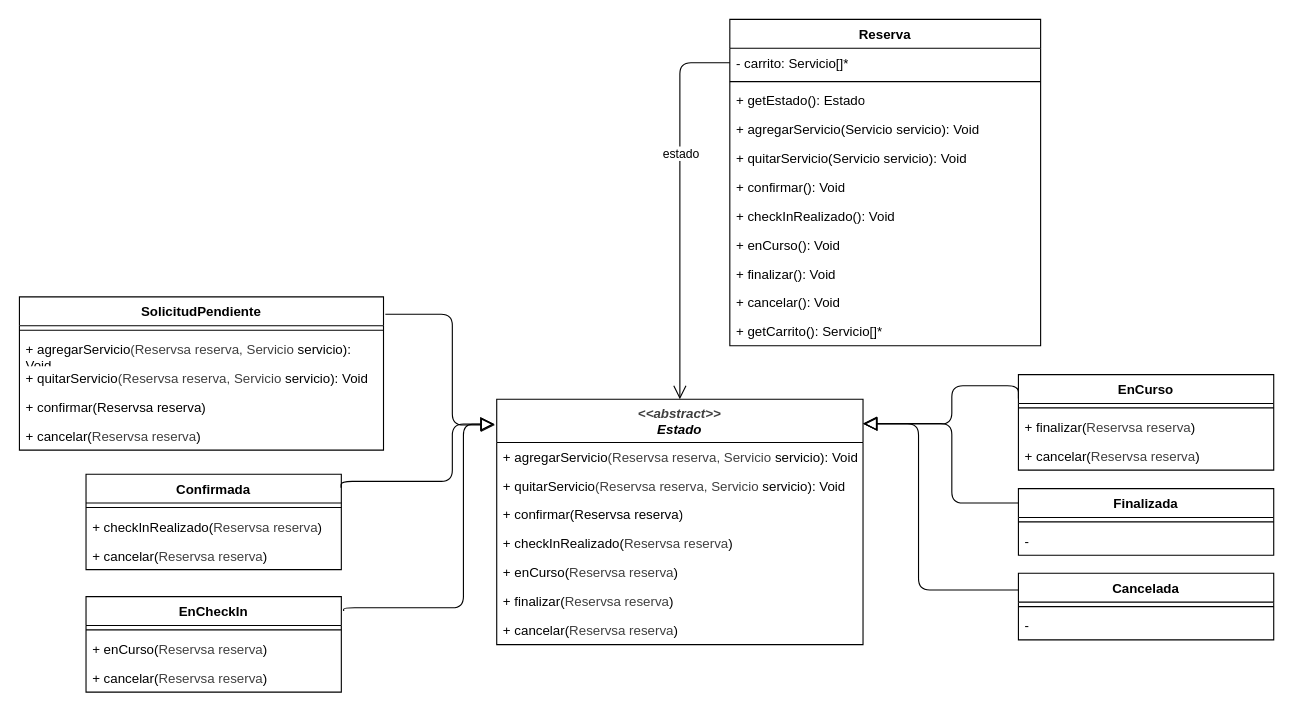
Before: 2.2CicloDeVida.drawio in Naxayy/UNQ_Travel, a draw.io diagram. Source tidied: cells renumbered, new cells numbered last; positions are measured from the earlier drawing's top-left corner, leaving out a move shared by most shapes. Both pictures are drawn from the tidied source at 111%, with x=0, y=0 at pixel (19, 19).
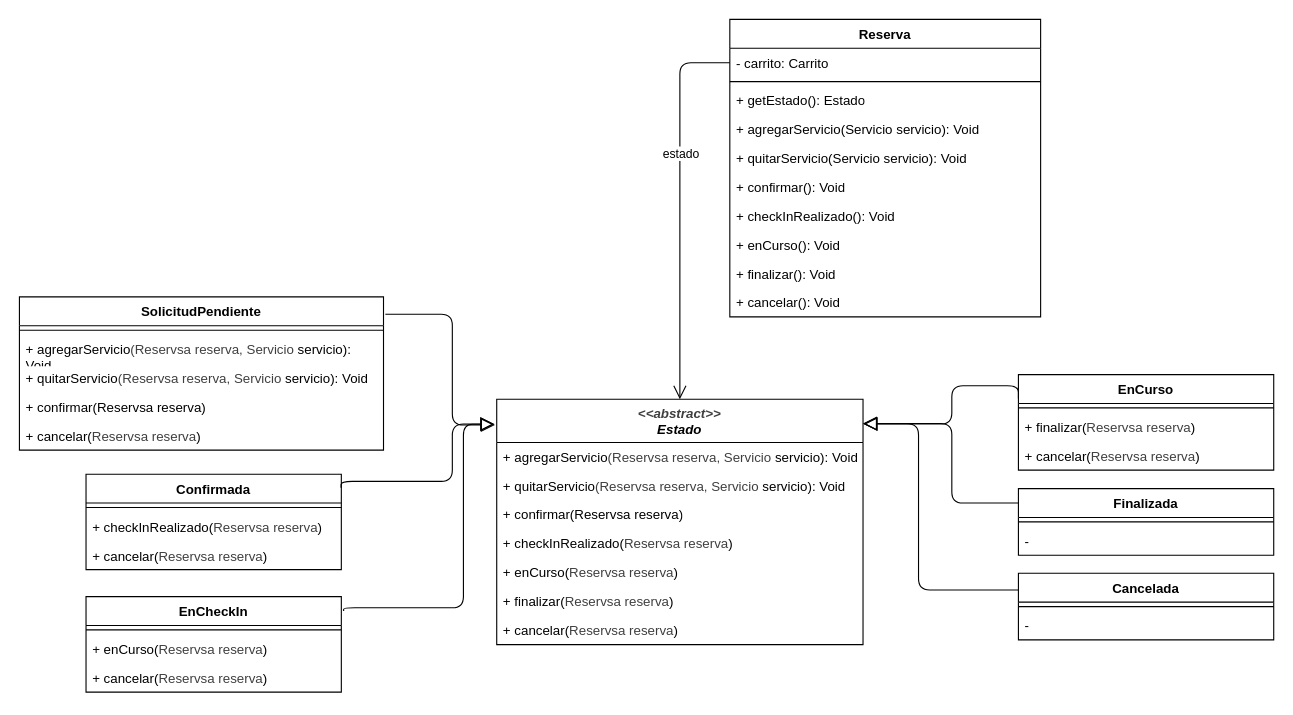
After the change.

Change to the diagram source:
```diff
@@
     <mxCell id="2" value="Reserva" style="swimlane;fontStyle=1;align=center;verticalAlign=top;horizontal=1;startSize=26;whiteSpace=wrap;html=1;strokeColor=default;swimlaneFillColor=default;fontFamily=Helvetica;fontSize=12;fontColor=default;fillColor=default;gradientColor=none;" parent="1" vertex="1">
-      <mxGeometry x="640" width="280" height="294" as="geometry" />
+      <mxGeometry x="640" width="280" height="268" as="geometry" />
     </mxCell>
-    <mxCell id="3" value="- carrito: Servicio[]*" style="text;strokeColor=none;fillColor=none;align=left;verticalAlign=top;spacingLeft=4;spacingRight=4;overflow=hidden;points=[[0,0.5],[1,0.5]];portConstraint=eastwest;whiteSpace=wrap;html=1;" parent="2" vertex="1">
+    <mxCell id="3" value="- carrito: Carrito" style="text;strokeColor=none;fillColor=none;align=left;verticalAlign=top;spacingLeft=4;spacingRight=4;overflow=hidden;points=[[0,0.5],[1,0.5]];portConstraint=eastwest;whiteSpace=wrap;html=1;" parent="2" vertex="1">
       <mxGeometry y="26" width="280" height="26" as="geometry" />
     </mxCell>
@@
-    <mxCell id="13" value="+ getCarrito(): Servicio[]*" style="text;strokeColor=none;fillColor=none;align=left;verticalAlign=top;spacingLeft=4;spacingRight=4;overflow=hidden;whiteSpace=wrap;html=1;" parent="2" vertex="1">
-      <mxGeometry y="268" width="280" height="26" as="geometry" />
-    </mxCell>
```
